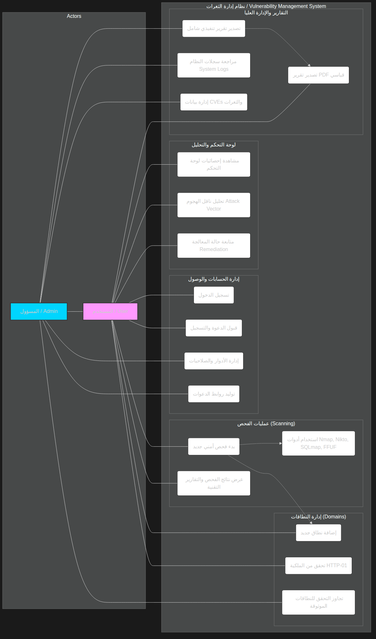
This is usecase_diagram.png from ghram210/vuln-managerno, a Mermaid export, as it was before one commit. Its source is kept beside it as usecase_diagram.mermaid.
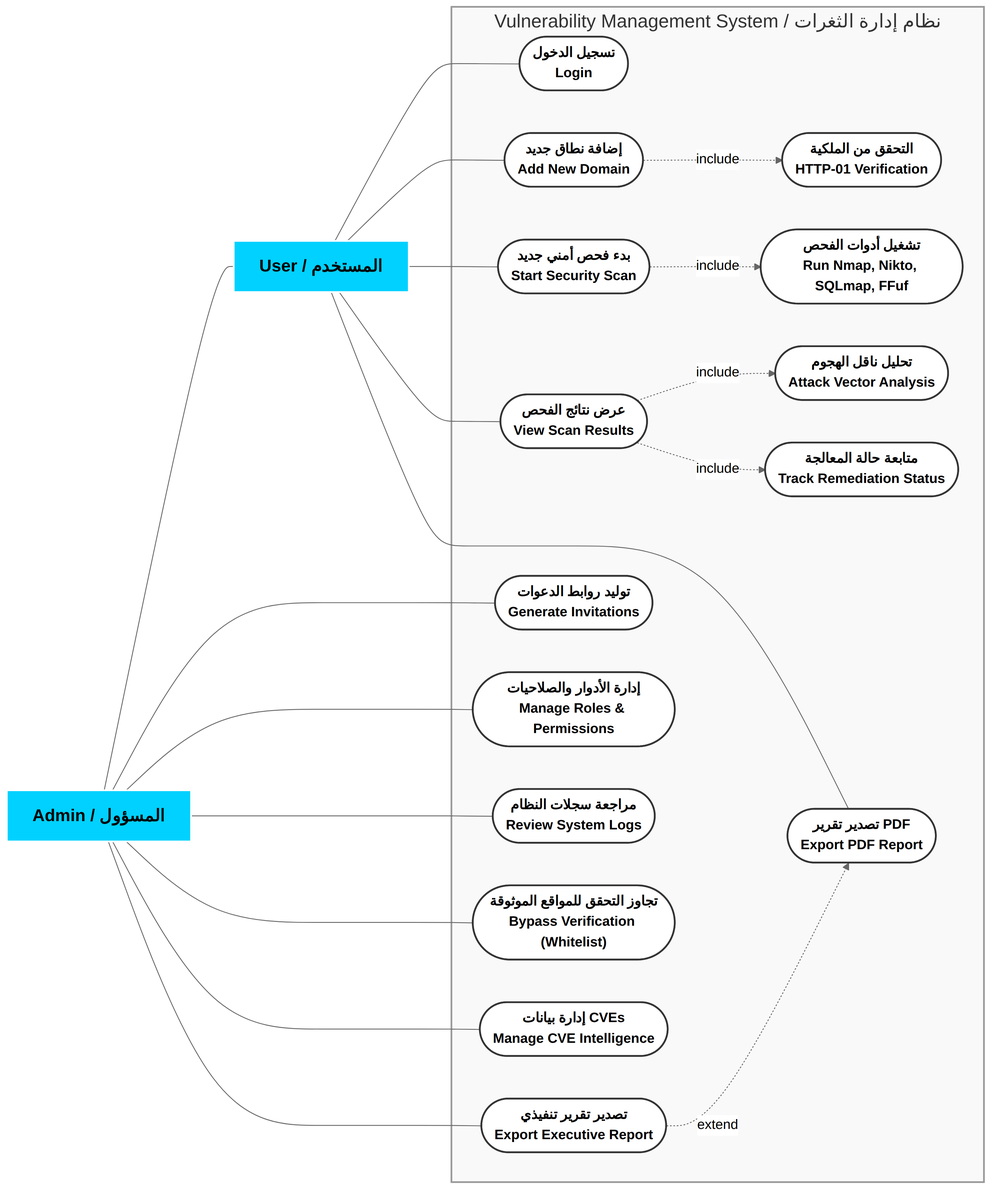
Later version of the same file.

Commit message:
docs: add high-res bilingual ERD and Use Case diagrams

Diff of the diagram source:
```diff
@@ -1,82 +1,55 @@
 graph LR
-    subgraph Actors
-        U[المستخدم / User]
-        A[المسؤول / Admin]
+    classDef actorStyle fill:#00d1ff,stroke:#fff,stroke-width:2px,color:#000,font-weight:bold,font-size:20px;
+    classDef usecaseStyle fill:#fff,stroke:#333,stroke-width:2px,color:#000,font-weight:bold,font-size:16px;
+    classDef packageStyle fill:#f9f9f9,stroke:#999,stroke-width:2px,color:#333,font-size:22px;
+
+    subgraph System ["Vulnerability Management System / نظام إدارة الثغرات"]
+        direction TB
+
+        UC_Login(["<b>تسجيل الدخول</b><br/>Login"])
+        UC_Invite(["<b>توليد روابط الدعوات</b><br/>Generate Invitations"])
+        UC_Roles(["<b>إدارة الأدوار والصلاحيات</b><br/>Manage Roles & Permissions"])
+        UC_Logs(["<b>مراجعة سجلات النظام</b><br/>Review System Logs"])
+
+        UC_AddDomain(["<b>إضافة نطاق جديد</b><br/>Add New Domain"])
+        UC_Verify(["<b>التحقق من الملكية</b><br/>HTTP-01 Verification"])
+        UC_Bypass(["<b>تجاوز التحقق للمواقع الموثوقة</b><br/>Bypass Verification (Whitelist)"])
+
+        UC_StartScan(["<b>بدء فحص أمني جديد</b><br/>Start Security Scan"])
+        UC_RunTools(["<b>تشغيل أدوات الفحص</b><br/>Run Nmap, Nikto, SQLmap, FFuf"])
+
+        UC_ViewResults(["<b>عرض نتائج الفحص</b><br/>View Scan Results"])
+        UC_Vector(["<b>تحليل ناقل الهجوم</b><br/>Attack Vector Analysis"])
+        UC_Remediation(["<b>متابعة حالة المعالجة</b><br/>Track Remediation Status"])
+
+        UC_ExportPDF(["<b>تصدير تقرير PDF</b><br/>Export PDF Report"])
+        UC_ExecReport(["<b>تصدير تقرير تنفيذي</b><br/>Export Executive Report"])
+        UC_CVE_Mgmt(["<b>إدارة بيانات CVEs</b><br/>Manage CVE Intelligence"])
+
+        UC_AddDomain -.->|include| UC_Verify
+        UC_StartScan -.->|include| UC_RunTools
+        UC_ViewResults -.->|include| UC_Vector
+        UC_ViewResults -.->|include| UC_Remediation
+        UC_ExecReport -.->|extend| UC_ExportPDF
     end
 
-    subgraph "نظام إدارة الثغرات / Vulnerability Management System"
-        subgraph "إدارة الحسابات والوصول"
-            UC1(تسجيل الدخول)
-            UC2(قبول الدعوة والتسجيل)
-            UC3(إدارة الأدوار والصلاحيات)
-            UC4(توليد روابط الدعوات)
-        end
+    Admin["<b>Admin / المسؤول</b>"]
+    User["<b>User / المستخدم</b>"]
 
-        subgraph "إدارة النطاقات (Domains)"
-            UC5(إضافة نطاق جديد)
-            UC6(تحقق من الملكية HTTP-01)
-            UC7(تجاوز التحقق للنطاقات الموثوقة)
-        end
+    User --- UC_Login
+    User --- UC_AddDomain
+    User --- UC_StartScan
+    User --- UC_ViewResults
+    User --- UC_ExportPDF
 
-        subgraph "عمليات الفحص (Scanning)"
-            UC8(بدء فحص أمني جديد)
-            UC9(استخدام أدوات Nmap, Nikto, SQLmap, FFUF)
-            UC10(عرض نتائج الفحص والتقارير التقنية)
-        end
+    Admin --- User
+    Admin --- UC_Invite
+    Admin --- UC_Roles
+    Admin --- UC_Logs
+    Admin --- UC_Bypass
+    Admin --- UC_CVE_Mgmt
+    Admin --- UC_ExecReport
 
-        subgraph "لوحة التحكم والتحليل"
-            UC11(مشاهدة إحصائيات لوحة التحكم)
-            UC12(تحليل ناقل الهجوم Attack Vector)
-            UC13(متابعة حالة المعالجة Remediation)
-        end
-
-        subgraph "التقارير والإدارة العليا"
-            UC14(تصدير تقرير PDF قياسي)
-            UC15(تصدير تقرير تنفيذي شامل)
-            UC16(مراجعة سجلات النظام System Logs)
-            UC17(إدارة بيانات CVEs والثغرات)
-        end
-    end
-
-    U --- UC1
-    U --- UC2
-    U --- UC5
-    U --- UC6
-    U --- UC8
-    U --- UC10
-    U --- UC11
-    U --- UC12
-    U --- UC13
-    U --- UC14
-
-    A --- U
-    A --- UC3
-    A --- UC4
-    A --- UC7
-    A --- UC15
-    A --- UC16
-    A --- UC17
-
-    UC8 -.-> UC5
-    UC15 -.-> UC14
-    UC8 -.-> UC9
-
-    style U fill:#f9f,stroke:#333,stroke-width:2px
-    style A fill:#00d5ff,stroke:#333,stroke-width:2px
-    style UC1 fill:#fff,stroke:#333
-    style UC2 fill:#fff,stroke:#333
-    style UC3 fill:#fff,stroke:#333
-    style UC4 fill:#fff,stroke:#333
-    style UC5 fill:#fff,stroke:#333
-    style UC6 fill:#fff,stroke:#333
-    style UC7 fill:#fff,stroke:#333
-    style UC8 fill:#fff,stroke:#333
-    style UC9 fill:#fff,stroke:#333
-    style UC10 fill:#fff,stroke:#333
-    style UC11 fill:#fff,stroke:#333
-    style UC12 fill:#fff,stroke:#333
-    style UC13 fill:#fff,stroke:#333
-    style UC14 fill:#fff,stroke:#333
-    style UC15 fill:#fff,stroke:#333
-    style UC16 fill:#fff,stroke:#333
-    style UC17 fill:#fff,stroke:#333
+    class Admin,User actorStyle;
+    class UC_Login,UC_Invite,UC_Roles,UC_Logs,UC_AddDomain,UC_Verify,UC_Bypass,UC_StartScan,UC_RunTools,UC_ViewResults,UC_Vector,UC_Remediation,UC_ExportPDF,UC_ExecReport,UC_CVE_Mgmt usecaseStyle;
+    class System packageStyle;
```
